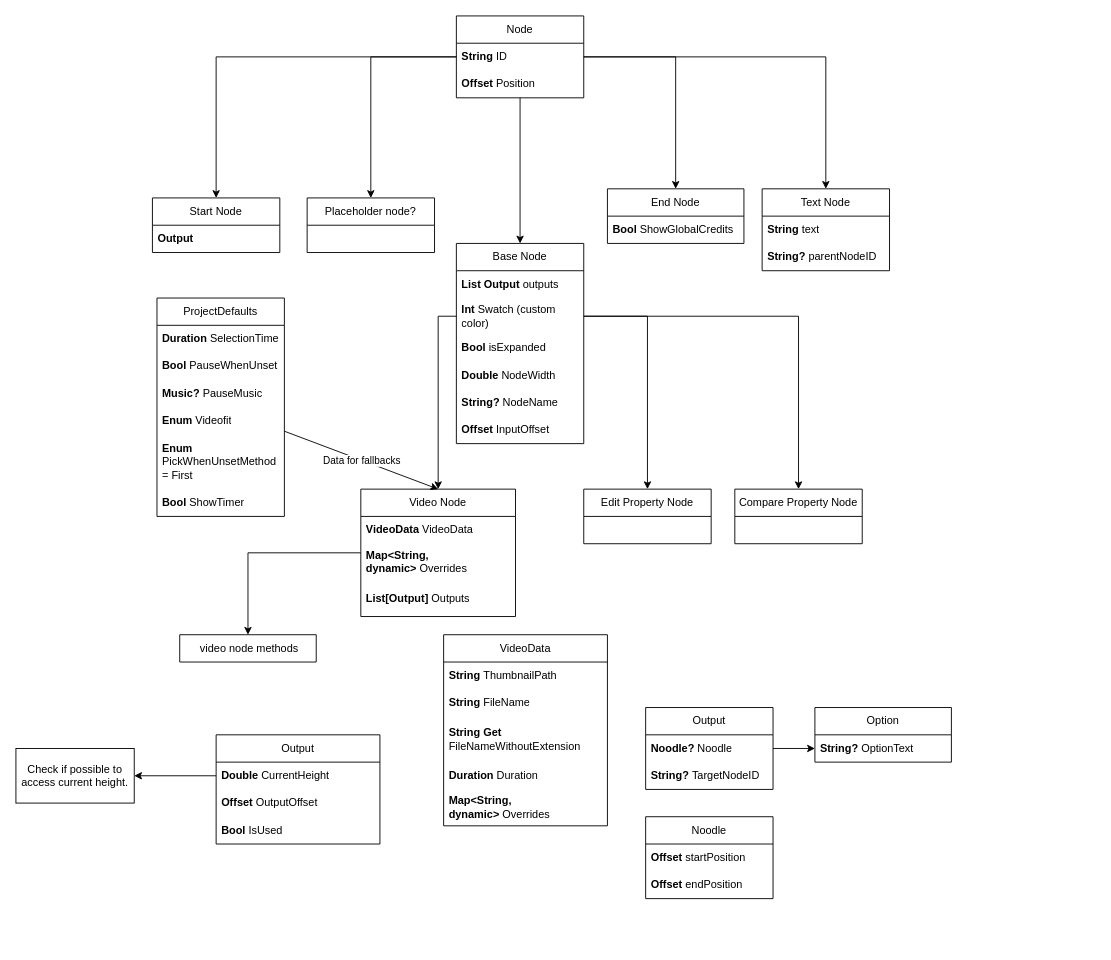
The draw.io diagram page "Nodes" (6 of 7) of Nutria FMV.drawio in k-pasta/Nutria_FMV_Maker, before the edit. Source tidied: cells renumbered, new cells numbered last; positions are measured from the earlier drawing's top-left corner, leaving out a move shared by most shapes. Both pictures are drawn from the tidied source at 91%, with x=0, y=0 at pixel (15, 15).
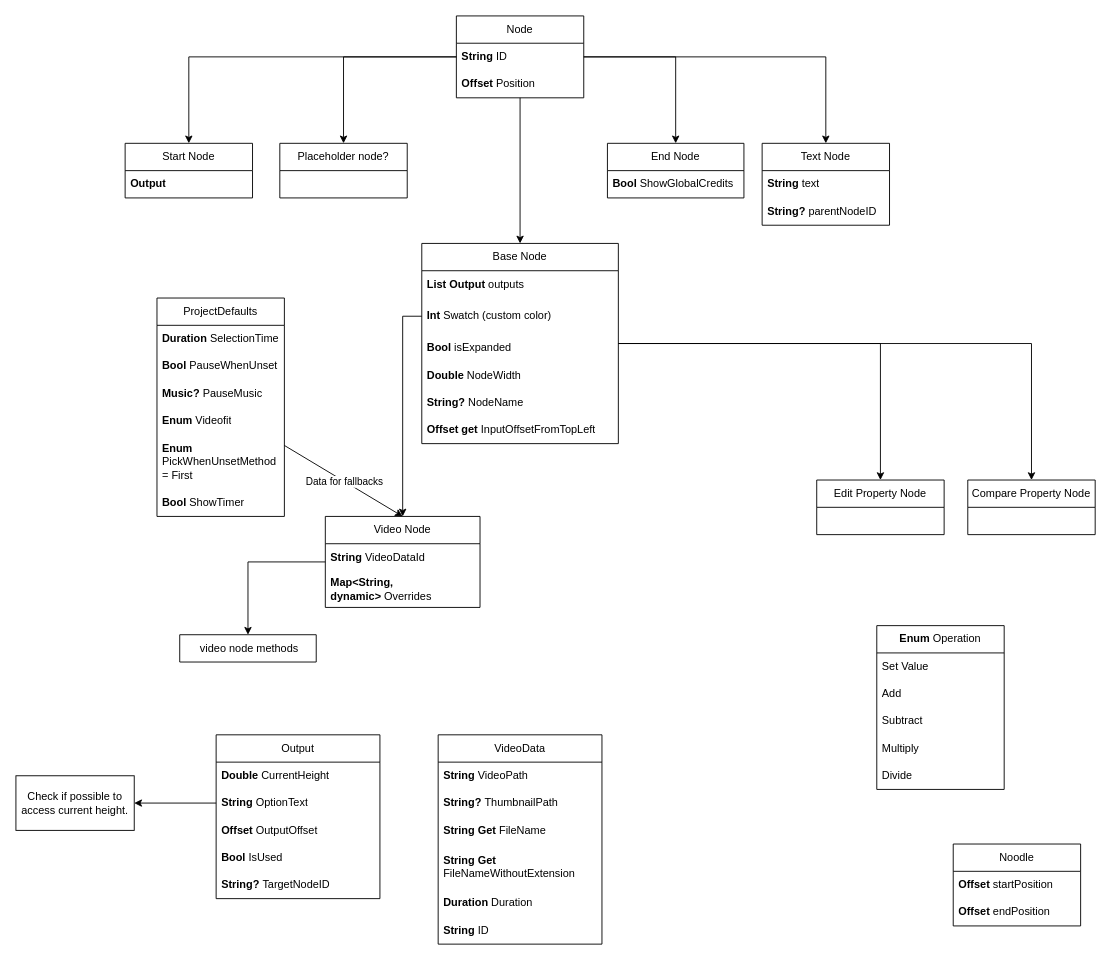
The same diagram, later.

Change to the diagram source:
```diff
@@
-    <mxCell id="7" style="edgeStyle=orthogonalEdgeStyle;rounded=0;jettySize=auto;html=1;entryX=0.5;entryY=0;entryDx=0;entryDy=0;" parent="1" edge="1" source="8" target="23">
-      <mxGeometry relative="1" as="geometry">
-        <Array as="points">
-          <mxPoint x="860" y="330" />
-        </Array>
-      </mxGeometry>
+    <mxCell id="7" style="edgeStyle=orthogonalEdgeStyle;rounded=0;jettySize=auto;html=1;" parent="1" edge="1" source="8" target="23">
+      <mxGeometry relative="1" as="geometry" />
     </mxCell>
+    <mxCell id="66" style="edgeStyle=orthogonalEdgeStyle;rounded=0;jettySize=auto;html=1;entryX=0.5;entryY=0;entryDx=0;entryDy=0;" parent="1" edge="1" source="8" target="22">
+      <mxGeometry relative="1" as="geometry" />
+    </mxCell>
     <mxCell id="8" value="Base Node" style="swimlane;fontStyle=0;horizontal=1;startSize=30;whiteSpace=wrap;html=1;" parent="1" vertex="1">
-      <mxGeometry x="484" y="250" width="140" height="220" as="geometry" />
+      <mxGeometry x="446" y="250" width="216" height="220" as="geometry" />
     </mxCell>
     <mxCell id="9" value="&lt;b&gt;List Output &lt;/b&gt;outputs" style="text;strokeColor=none;fillColor=none;align=left;verticalAlign=middle;spacingLeft=4;spacingRight=4;overflow=hidden;whiteSpace=wrap;html=1;" parent="8" vertex="1">
-      <mxGeometry y="30" width="140" height="30" as="geometry" />
+      <mxGeometry y="30" width="216" height="30" as="geometry" />
     </mxCell>
     <mxCell id="10" value="&lt;b&gt;Int&amp;nbsp;&lt;/b&gt;Swatch (custom color)" style="text;strokeColor=none;fillColor=none;align=left;verticalAlign=middle;spacingLeft=4;spacingRight=4;overflow=hidden;points=[[0,0.5],[1,0.5]];portConstraint=eastwest;whiteSpace=wrap;html=1;" parent="8" vertex="1">
-      <mxGeometry y="60" width="140" height="40" as="geometry" />
+      <mxGeometry y="60" width="216" height="40" as="geometry" />
     </mxCell>
     <mxCell id="11" value="&lt;b&gt;Bool &lt;/b&gt;isExpanded" style="text;strokeColor=none;fillColor=none;align=left;verticalAlign=middle;spacingLeft=4;spacingRight=4;overflow=hidden;whiteSpace=wrap;html=1;" parent="8" vertex="1">
-      <mxGeometry y="100" width="140" height="30" as="geometry" />
+      <mxGeometry y="100" width="216" height="30" as="geometry" />
     </mxCell>
     <mxCell id="12" value="&lt;b&gt;Double &lt;/b&gt;NodeWidth" style="text;strokeColor=none;fillColor=none;align=left;verticalAlign=middle;spacingLeft=4;spacingRight=4;overflow=hidden;whiteSpace=wrap;html=1;" parent="8" vertex="1">
-      <mxGeometry y="130" width="140" height="30" as="geometry" />
+      <mxGeometry y="130" width="216" height="30" as="geometry" />
     </mxCell>
     <mxCell id="13" value="&lt;b&gt;String?&amp;nbsp;&lt;/b&gt;NodeName" style="text;strokeColor=none;fillColor=none;align=left;verticalAlign=middle;spacingLeft=4;spacingRight=4;overflow=hidden;whiteSpace=wrap;html=1;" parent="8" vertex="1">
-      <mxGeometry y="160" width="140" height="30" as="geometry" />
+      <mxGeometry y="160" width="216" height="30" as="geometry" />
     </mxCell>
-    <mxCell id="14" value="&lt;b&gt;Offset&amp;nbsp;&lt;/b&gt;InputOffset" style="text;strokeColor=none;fillColor=none;align=left;verticalAlign=middle;spacingLeft=4;spacingRight=4;overflow=hidden;whiteSpace=wrap;html=1;" parent="8" vertex="1">
-      <mxGeometry y="190" width="140" height="30" as="geometry" />
+    <mxCell id="14" value="&lt;b&gt;Offset get&amp;nbsp;&lt;/b&gt;InputOffsetFromTopLeft" style="text;strokeColor=none;fillColor=none;align=left;verticalAlign=middle;spacingLeft=4;spacingRight=4;overflow=hidden;whiteSpace=wrap;html=1;" parent="8" vertex="1">
+      <mxGeometry y="190" width="216" height="30" as="geometry" />
     </mxCell>
     <mxCell id="15" value="Start Node" style="swimlane;fontStyle=0;horizontal=1;startSize=30;whiteSpace=wrap;html=1;" parent="1" vertex="1">
-      <mxGeometry x="150" y="200" width="140" height="60" as="geometry" />
+      <mxGeometry x="120" y="140" width="140" height="60" as="geometry" />
     </mxCell>
@@
     <mxCell id="18" value="Video Node" style="swimlane;fontStyle=0;horizontal=1;startSize=30;whiteSpace=wrap;html=1;" parent="1" vertex="1">
-      <mxGeometry x="379" y="520" width="170" height="140" as="geometry" />
+      <mxGeometry x="340" y="550" width="170" height="100" as="geometry" />
     </mxCell>
-    <mxCell id="19" value="&lt;b&gt;VideoData &lt;/b&gt;VideoData" style="text;strokeColor=none;fillColor=none;align=left;verticalAlign=middle;spacingLeft=4;spacingRight=4;overflow=hidden;whiteSpace=wrap;html=1;" parent="18" vertex="1">
+    <mxCell id="19" value="&lt;b&gt;String&amp;nbsp;&lt;/b&gt;VideoDataId" style="text;strokeColor=none;fillColor=none;align=left;verticalAlign=middle;spacingLeft=4;spacingRight=4;overflow=hidden;whiteSpace=wrap;html=1;" parent="18" vertex="1">
       <mxGeometry y="30" width="170" height="30" as="geometry" />
     </mxCell>
@@
-    <mxCell id="21" value="&lt;b&gt;List[Output]&amp;nbsp;&lt;/b&gt;Outputs" style="text;strokeColor=none;fillColor=none;align=left;verticalAlign=middle;spacingLeft=4;spacingRight=4;overflow=hidden;whiteSpace=wrap;html=1;" parent="18" vertex="1">
-      <mxGeometry y="100" width="170" height="40" as="geometry" />
-    </mxCell>
     <mxCell id="22" value="Edit Property Node" style="swimlane;fontStyle=0;horizontal=1;startSize=30;whiteSpace=wrap;html=1;" parent="1" vertex="1">
-      <mxGeometry x="624" y="520" width="140" height="60" as="geometry" />
+      <mxGeometry x="880" y="510" width="140" height="60" as="geometry" />
     </mxCell>
     <mxCell id="23" value="Compare Property Node" style="swimlane;fontStyle=0;horizontal=1;startSize=30;whiteSpace=wrap;html=1;" parent="1" vertex="1">
-      <mxGeometry x="790" y="520" width="140" height="60" as="geometry" />
+      <mxGeometry x="1046" y="510" width="140" height="60" as="geometry" />
     </mxCell>
     <mxCell id="24" value="End Node" style="swimlane;fontStyle=0;horizontal=1;startSize=30;whiteSpace=wrap;html=1;" parent="1" vertex="1">
-      <mxGeometry x="650" y="190" width="150" height="60" as="geometry" />
+      <mxGeometry x="650" y="140" width="150" height="60" as="geometry" />
     </mxCell>
@@
     <mxCell id="27" value="Text Node" style="swimlane;fontStyle=0;horizontal=1;startSize=30;whiteSpace=wrap;html=1;" parent="1" vertex="1">
-      <mxGeometry x="820" y="190" width="140" height="90" as="geometry" />
+      <mxGeometry x="820" y="140" width="140" height="90" as="geometry" />
     </mxCell>
@@
-    <mxCell id="31" value="Output" style="swimlane;fontStyle=0;horizontal=1;startSize=30;whiteSpace=wrap;html=1;" parent="1" vertex="1">
-      <mxGeometry x="692" y="760" width="140" height="90" as="geometry" />
-    </mxCell>
-    <mxCell id="32" value="&lt;b&gt;Noodle?&amp;nbsp;&lt;/b&gt;Noodle" style="text;strokeColor=none;fillColor=none;align=left;verticalAlign=middle;spacingLeft=4;spacingRight=4;overflow=hidden;points=[[0,0.5],[1,0.5]];portConstraint=eastwest;whiteSpace=wrap;html=1;" parent="31" vertex="1">
-      <mxGeometry y="30" width="140" height="30" as="geometry" />
-    </mxCell>
-    <mxCell id="33" value="&lt;b&gt;String?&amp;nbsp;&lt;/b&gt;TargetNodeID" style="text;strokeColor=none;fillColor=none;align=left;verticalAlign=middle;spacingLeft=4;spacingRight=4;overflow=hidden;whiteSpace=wrap;html=1;" parent="31" vertex="1">
-      <mxGeometry y="60" width="140" height="30" as="geometry" />
-    </mxCell>
     <mxCell id="34" value="Noodle" style="swimlane;fontStyle=0;horizontal=1;startSize=30;whiteSpace=wrap;html=1;" parent="1" vertex="1">
-      <mxGeometry x="692" y="880" width="140" height="90" as="geometry" />
+      <mxGeometry x="1030" y="910" width="140" height="90" as="geometry" />
     </mxCell>
@@
     <mxCell id="37" value="Placeholder node?" style="swimlane;fontStyle=0;horizontal=1;startSize=30;whiteSpace=wrap;html=1;" parent="1" vertex="1">
-      <mxGeometry x="320" y="200" width="140" height="60" as="geometry" />
+      <mxGeometry x="290" y="140" width="140" height="60" as="geometry" />
     </mxCell>
@@
-    <mxCell id="49" style="edgeStyle=orthogonalEdgeStyle;rounded=0;jettySize=auto;html=1;entryX=0.5;entryY=0;entryDx=0;entryDy=0;" parent="1" edge="1" source="10" target="22">
-      <mxGeometry relative="1" as="geometry" />
-    </mxCell>
@@
-    <mxCell id="51" value="Option" style="swimlane;fontStyle=0;horizontal=1;startSize=30;whiteSpace=wrap;html=1;" parent="1" vertex="1">
-      <mxGeometry x="878" y="760" width="150" height="60" as="geometry" />
-    </mxCell>
-    <mxCell id="52" value="&lt;b&gt;String?&amp;nbsp;&lt;/b&gt;OptionText" style="text;strokeColor=none;fillColor=none;align=left;verticalAlign=middle;spacingLeft=4;spacingRight=4;overflow=hidden;points=[[0,0.5],[1,0.5]];portConstraint=eastwest;whiteSpace=wrap;html=1;" parent="51" vertex="1">
-      <mxGeometry y="30" width="150" height="30" as="geometry" />
-    </mxCell>
-    <mxCell id="53" style="edgeStyle=orthogonalEdgeStyle;rounded=0;jettySize=auto;html=1;exitX=1;exitY=0.5;exitDx=0;exitDy=0;entryX=0;entryY=0.5;entryDx=0;entryDy=0;" parent="1" edge="1" source="32" target="52">
-      <mxGeometry relative="1" as="geometry" />
-    </mxCell>
     <mxCell id="54" value="VideoData" style="swimlane;fontStyle=0;horizontal=1;startSize=30;whiteSpace=wrap;html=1;" parent="1" vertex="1">
-      <mxGeometry x="470" y="680" width="180" height="210" as="geometry" />
+      <mxGeometry x="464" y="790" width="180" height="230" as="geometry" />
     </mxCell>
-    <mxCell id="55" value="&lt;b&gt;String &lt;/b&gt;ThumbnailPath" style="text;strokeColor=none;fillColor=none;align=left;verticalAlign=middle;spacingLeft=4;spacingRight=4;overflow=hidden;whiteSpace=wrap;html=1;" parent="54" vertex="1">
+    <mxCell id="55" value="&lt;b&gt;String&amp;nbsp;&lt;/b&gt;VideoPath" style="text;strokeColor=none;fillColor=none;align=left;verticalAlign=middle;spacingLeft=4;spacingRight=4;overflow=hidden;whiteSpace=wrap;html=1;" parent="54" vertex="1">
       <mxGeometry y="30" width="180" height="30" as="geometry" />
     </mxCell>
+    <mxCell id="67" value="&lt;b&gt;String?&amp;nbsp;&lt;/b&gt;ThumbnailPath" style="text;strokeColor=none;fillColor=none;align=left;verticalAlign=middle;spacingLeft=4;spacingRight=4;overflow=hidden;whiteSpace=wrap;html=1;" parent="54" vertex="1">
+      <mxGeometry y="60" width="180" height="30" as="geometry" />
+    </mxCell>
-    <mxCell id="56" value="&lt;b&gt;String &lt;/b&gt;FileName" style="text;strokeColor=none;fillColor=none;align=left;verticalAlign=middle;spacingLeft=4;spacingRight=4;overflow=hidden;whiteSpace=wrap;html=1;" parent="54" vertex="1">
-      <mxGeometry y="60" width="180" height="30" as="geometry" />
+    <mxCell id="56" value="&lt;b&gt;String Get&amp;nbsp;&lt;/b&gt;FileName" style="text;strokeColor=none;fillColor=none;align=left;verticalAlign=middle;spacingLeft=4;spacingRight=4;overflow=hidden;whiteSpace=wrap;html=1;" parent="54" vertex="1">
+      <mxGeometry y="90" width="180" height="30" as="geometry" />
     </mxCell>
     <mxCell id="57" value="&lt;b&gt;String Get&lt;/b&gt;&lt;div&gt;FileNameWithoutExtension&lt;/div&gt;" style="text;strokeColor=none;fillColor=none;align=left;verticalAlign=middle;spacingLeft=4;spacingRight=4;overflow=hidden;whiteSpace=wrap;html=1;" parent="54" vertex="1">
-      <mxGeometry y="90" width="180" height="50" as="geometry" />
+      <mxGeometry y="120" width="180" height="50" as="geometry" />
     </mxCell>
     <mxCell id="58" value="&lt;b&gt;Duration &lt;/b&gt;Duration" style="text;strokeColor=none;fillColor=none;align=left;verticalAlign=middle;spacingLeft=4;spacingRight=4;overflow=hidden;whiteSpace=wrap;html=1;" parent="54" vertex="1">
-      <mxGeometry y="140" width="180" height="30" as="geometry" />
+      <mxGeometry y="170" width="180" height="30" as="geometry" />
     </mxCell>
-    <mxCell id="59" value="&lt;b&gt;Map&amp;lt;String, dynamic&amp;gt;&amp;nbsp;&lt;/b&gt;Overrides" style="text;strokeColor=none;fillColor=none;align=left;verticalAlign=middle;spacingLeft=4;spacingRight=4;overflow=hidden;whiteSpace=wrap;html=1;" parent="54" vertex="1">
-      <mxGeometry y="170" width="180" height="40" as="geometry" />
-    </mxCell>
+    <mxCell id="68" value="&lt;b&gt;String&amp;nbsp;&lt;/b&gt;ID" style="text;strokeColor=none;fillColor=none;align=left;verticalAlign=middle;spacingLeft=4;spacingRight=4;overflow=hidden;whiteSpace=wrap;html=1;" parent="54" vertex="1">
+      <mxGeometry y="200" width="180" height="30" as="geometry" />
+    </mxCell>
     <mxCell id="60" value="Output" style="swimlane;fontStyle=0;horizontal=1;startSize=30;whiteSpace=wrap;html=1;" parent="1" vertex="1">
-      <mxGeometry x="220" y="790" width="180" height="120" as="geometry" />
+      <mxGeometry x="220" y="790" width="180" height="180" as="geometry" />
     </mxCell>
+    <mxCell id="69" value="&lt;b&gt;Double&amp;nbsp;&lt;/b&gt;CurrentHeight" style="text;strokeColor=none;fillColor=none;align=left;verticalAlign=middle;spacingLeft=4;spacingRight=4;overflow=hidden;whiteSpace=wrap;html=1;" parent="60" vertex="1">
+      <mxGeometry y="30" width="180" height="30" as="geometry" />
+    </mxCell>
-    <mxCell id="61" value="&lt;b&gt;Double&amp;nbsp;&lt;/b&gt;CurrentHeight" style="text;strokeColor=none;fillColor=none;align=left;verticalAlign=middle;spacingLeft=4;spacingRight=4;overflow=hidden;points=[[0,0.5],[1,0.5]];portConstraint=eastwest;whiteSpace=wrap;html=1;" parent="60" vertex="1">
-      <mxGeometry y="30" width="180" height="30" as="geometry" />
+    <mxCell id="61" value="&lt;b&gt;String &lt;/b&gt;OptionText" style="text;strokeColor=none;fillColor=none;align=left;verticalAlign=middle;spacingLeft=4;spacingRight=4;overflow=hidden;points=[[0,0.5],[1,0.5]];portConstraint=eastwest;whiteSpace=wrap;html=1;" parent="60" vertex="1">
+      <mxGeometry y="60" width="180" height="30" as="geometry" />
     </mxCell>
     <mxCell id="62" value="&lt;b&gt;Offset &lt;/b&gt;OutputOffset" style="text;strokeColor=none;fillColor=none;align=left;verticalAlign=middle;spacingLeft=4;spacingRight=4;overflow=hidden;whiteSpace=wrap;html=1;" parent="60" vertex="1">
-      <mxGeometry y="60" width="180" height="30" as="geometry" />
+      <mxGeometry y="90" width="180" height="30" as="geometry" />
     </mxCell>
     <mxCell id="63" value="&lt;b&gt;Bool &lt;/b&gt;IsUsed" style="text;strokeColor=none;fillColor=none;align=left;verticalAlign=middle;spacingLeft=4;spacingRight=4;overflow=hidden;whiteSpace=wrap;html=1;" parent="60" vertex="1">
-      <mxGeometry y="90" width="180" height="30" as="geometry" />
+      <mxGeometry y="120" width="180" height="30" as="geometry" />
     </mxCell>
+    <mxCell id="33" value="&lt;b&gt;String? &lt;/b&gt;TargetNodeID" style="text;strokeColor=none;fillColor=none;align=left;verticalAlign=middle;spacingLeft=4;spacingRight=4;overflow=hidden;whiteSpace=wrap;html=1;" parent="60" vertex="1">
+      <mxGeometry y="150" width="180" height="30" as="geometry" />
+    </mxCell>
     <mxCell id="64" value="Check if possible to access current height." style="rounded=0;whiteSpace=wrap;html=1;" parent="1" vertex="1">
-      <mxGeometry y="805" width="130" height="60" as="geometry" />
+      <mxGeometry y="835" width="130" height="60" as="geometry" />
     </mxCell>
@@
+    <mxCell id="70" value="&lt;b style=&quot;text-align: left;&quot;&gt;Enum &lt;/b&gt;&lt;span style=&quot;text-align: left;&quot;&gt;Operation&lt;/span&gt;" style="swimlane;fontStyle=0;horizontal=1;startSize=30;whiteSpace=wrap;html=1;" parent="1" vertex="1">
+      <mxGeometry x="946" y="670" width="140" height="180" as="geometry" />
+    </mxCell>
+    <mxCell id="71" value="Set Value" style="text;strokeColor=none;fillColor=none;align=left;verticalAlign=middle;spacingLeft=4;spacingRight=4;overflow=hidden;whiteSpace=wrap;html=1;" parent="70" vertex="1">
+      <mxGeometry y="30" width="140" height="30" as="geometry" />
+    </mxCell>
+    <mxCell id="72" value="Add" style="text;strokeColor=none;fillColor=none;align=left;verticalAlign=middle;spacingLeft=4;spacingRight=4;overflow=hidden;whiteSpace=wrap;html=1;" parent="70" vertex="1">
+      <mxGeometry y="60" width="140" height="30" as="geometry" />
+    </mxCell>
+    <mxCell id="73" value="Subtract" style="text;strokeColor=none;fillColor=none;align=left;verticalAlign=middle;spacingLeft=4;spacingRight=4;overflow=hidden;whiteSpace=wrap;html=1;" parent="70" vertex="1">
+      <mxGeometry y="90" width="140" height="30" as="geometry" />
+    </mxCell>
+    <mxCell id="74" value="Multiply" style="text;strokeColor=none;fillColor=none;align=left;verticalAlign=middle;spacingLeft=4;spacingRight=4;overflow=hidden;whiteSpace=wrap;html=1;" parent="70" vertex="1">
+      <mxGeometry y="120" width="140" height="30" as="geometry" />
+    </mxCell>
+    <mxCell id="75" value="Divide" style="text;strokeColor=none;fillColor=none;align=left;verticalAlign=middle;spacingLeft=4;spacingRight=4;overflow=hidden;whiteSpace=wrap;html=1;" parent="70" vertex="1">
+      <mxGeometry y="150" width="140" height="30" as="geometry" />
+    </mxCell>
```
